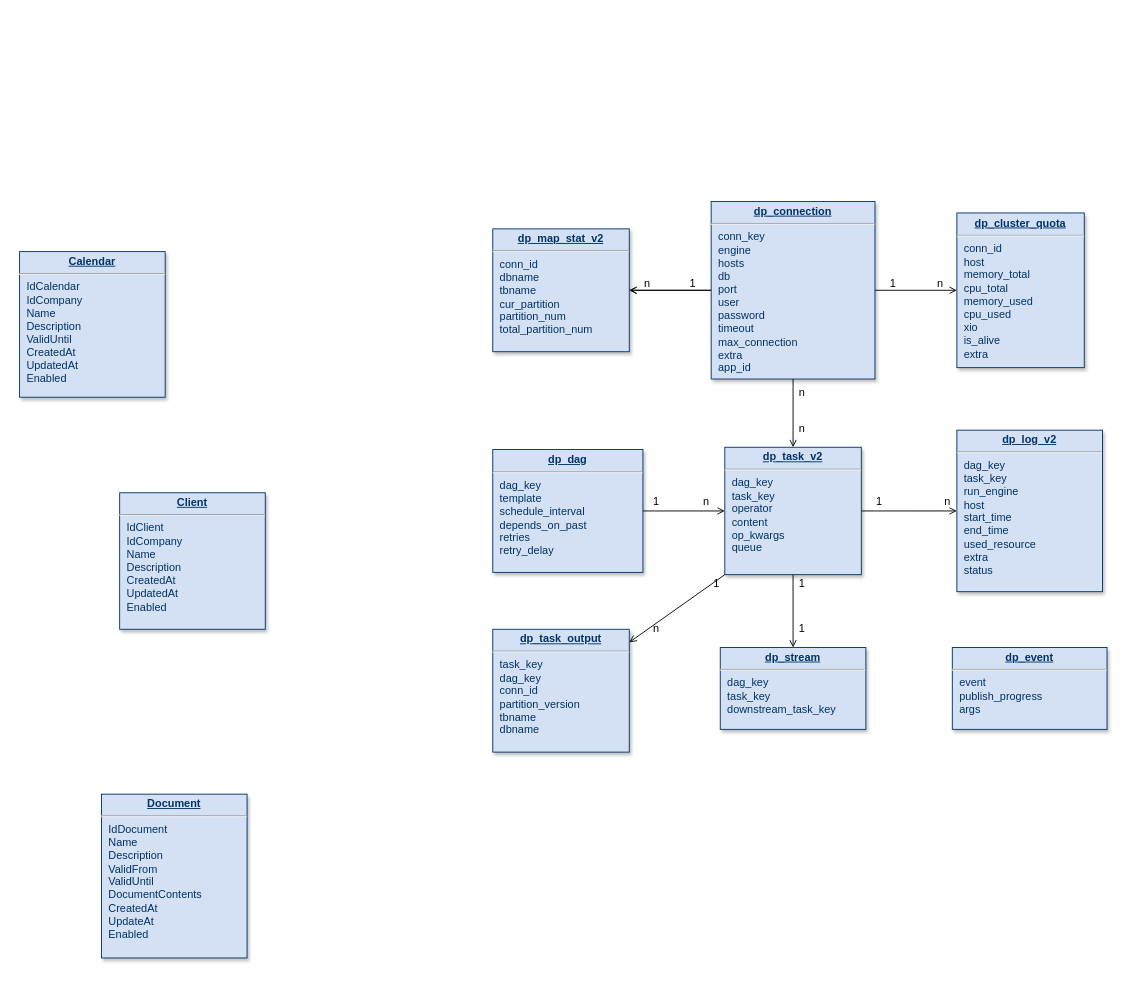
The draw.io diagram db_v2.drawio in cicelprg/drawio, before the edit. Source tidied: cells renumbered, new cells numbered last; positions are measured from the earlier drawing's top-left corner, leaving out a move shared by most shapes. Both pictures are drawn from the tidied source at 91%, with x=0, y=0 at pixel (19, 201).
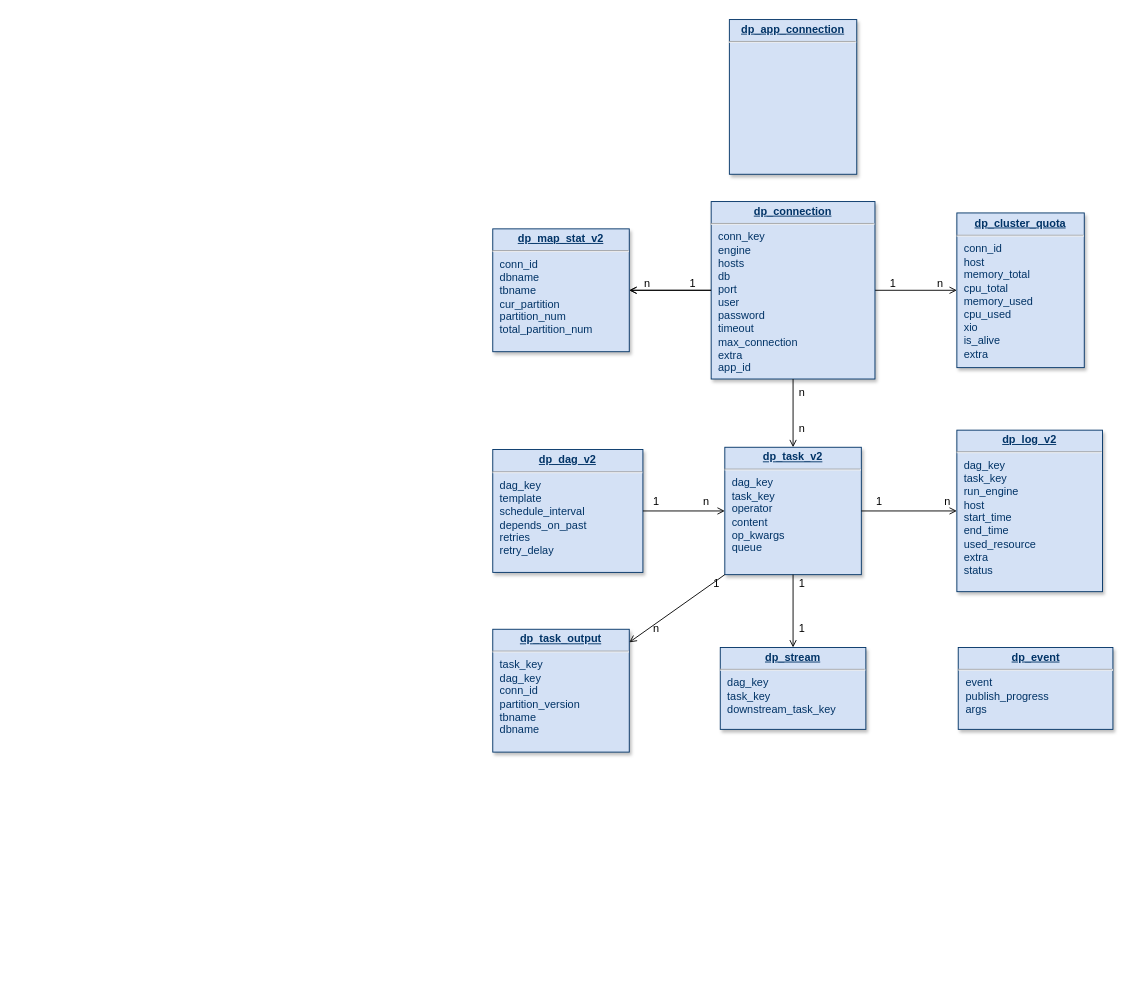
The same diagram, later.

The edit, as a diff of the source:
```diff
@@
-    <mxCell id="2" value="&lt;p style=&quot;margin: 0px; margin-top: 4px; text-align: center; text-decoration: underline;&quot;&gt;&lt;strong&gt;Calendar&lt;/strong&gt;&lt;/p&gt;&lt;hr /&gt;&lt;p style=&quot;margin: 0px; margin-left: 8px;&quot;&gt;IdCalendar&lt;/p&gt;&lt;p style=&quot;margin: 0px; margin-left: 8px;&quot;&gt;IdCompany&lt;/p&gt;&lt;p style=&quot;margin: 0px; margin-left: 8px;&quot;&gt;Name&lt;/p&gt;&lt;p style=&quot;margin: 0px; margin-left: 8px;&quot;&gt;Description&lt;/p&gt;&lt;p style=&quot;margin: 0px; margin-left: 8px;&quot;&gt;ValidUntil&lt;/p&gt;&lt;p style=&quot;margin: 0px; margin-left: 8px;&quot;&gt;CreatedAt&lt;/p&gt;&lt;p style=&quot;margin: 0px; margin-left: 8px;&quot;&gt;UpdatedAt&lt;/p&gt;&lt;p style=&quot;margin: 0px; margin-left: 8px;&quot;&gt;Enabled&lt;/p&gt;" style="verticalAlign=top;align=left;overflow=fill;fontSize=12;fontFamily=Helvetica;html=1;strokeColor=#003366;shadow=1;fillColor=#D4E1F5;fontColor=#003366;" parent="1" vertex="1">
-      <mxGeometry y="55" width="160" height="160" as="geometry" />
-    </mxCell>
@@
-    <mxCell id="6" value="&lt;p style=&quot;margin: 0px; margin-top: 4px; text-align: center; text-decoration: underline;&quot;&gt;&lt;strong&gt;Client&lt;/strong&gt;&lt;/p&gt;&lt;hr /&gt;&lt;p style=&quot;margin: 0px; margin-left: 8px;&quot;&gt;IdClient&lt;/p&gt;&lt;p style=&quot;margin: 0px; margin-left: 8px;&quot;&gt;IdCompany&lt;/p&gt;&lt;p style=&quot;margin: 0px; margin-left: 8px;&quot;&gt;Name&lt;/p&gt;&lt;p style=&quot;margin: 0px; margin-left: 8px;&quot;&gt;Description&lt;/p&gt;&lt;p style=&quot;margin: 0px; margin-left: 8px;&quot;&gt;CreatedAt&lt;/p&gt;&lt;p style=&quot;margin: 0px; margin-left: 8px;&quot;&gt;UpdatedAt&lt;/p&gt;&lt;p style=&quot;margin: 0px; margin-left: 8px;&quot;&gt;Enabled&lt;/p&gt;" style="verticalAlign=top;align=left;overflow=fill;fontSize=12;fontFamily=Helvetica;html=1;strokeColor=#003366;shadow=1;fillColor=#D4E1F5;fontColor=#003366;" parent="1" vertex="1">
-      <mxGeometry x="110" y="320" width="160" height="150" as="geometry" />
-    </mxCell>
-    <mxCell id="7" value="&lt;p style=&quot;margin: 0px; margin-top: 4px; text-align: center; text-decoration: underline;&quot;&gt;&lt;strong&gt;Document&lt;/strong&gt;&lt;/p&gt;&lt;hr /&gt;&lt;p style=&quot;margin: 0px; margin-left: 8px;&quot;&gt;IdDocument&lt;/p&gt;&lt;p style=&quot;margin: 0px; margin-left: 8px;&quot;&gt;Name&lt;/p&gt;&lt;p style=&quot;margin: 0px; margin-left: 8px;&quot;&gt;Description&lt;/p&gt;&lt;p style=&quot;margin: 0px; margin-left: 8px;&quot;&gt;ValidFrom&lt;/p&gt;&lt;p style=&quot;margin: 0px; margin-left: 8px;&quot;&gt;ValidUntil&lt;/p&gt;&lt;p style=&quot;margin: 0px; margin-left: 8px;&quot;&gt;DocumentContents&lt;/p&gt;&lt;p style=&quot;margin: 0px; margin-left: 8px;&quot;&gt;CreatedAt&lt;/p&gt;&lt;p style=&quot;margin: 0px; margin-left: 8px;&quot;&gt;UpdateAt&lt;/p&gt;&lt;p style=&quot;margin: 0px; margin-left: 8px;&quot;&gt;Enabled&lt;/p&gt;" style="verticalAlign=top;align=left;overflow=fill;fontSize=12;fontFamily=Helvetica;html=1;strokeColor=#003366;shadow=1;fillColor=#D4E1F5;fontColor=#003366;" parent="1" vertex="1">
-      <mxGeometry x="90" y="651.2" width="160" height="180" as="geometry" />
-    </mxCell>
-    <mxCell id="8" value="&lt;p style=&quot;margin: 0px ; margin-top: 4px ; text-align: center ; text-decoration: underline&quot;&gt;&lt;b&gt;dp_dag&lt;/b&gt;&lt;/p&gt;&lt;hr&gt;&lt;p style=&quot;margin: 0px ; margin-left: 8px&quot;&gt;dag_key&lt;br&gt;&lt;/p&gt;&lt;p style=&quot;margin: 0px ; margin-left: 8px&quot;&gt;template&lt;br&gt;&lt;/p&gt;&lt;p style=&quot;margin: 0px ; margin-left: 8px&quot;&gt;schedule_interval&lt;br&gt;&lt;/p&gt;&lt;p style=&quot;margin: 0px ; margin-left: 8px&quot;&gt;depends_on_past&lt;br&gt;&lt;/p&gt;&lt;p style=&quot;margin: 0px ; margin-left: 8px&quot;&gt;retries&lt;br&gt;&lt;/p&gt;&lt;p style=&quot;margin: 0px ; margin-left: 8px&quot;&gt;retry_delay&lt;br&gt;&lt;/p&gt;" style="verticalAlign=top;align=left;overflow=fill;fontSize=12;fontFamily=Helvetica;html=1;strokeColor=#003366;shadow=1;fillColor=#D4E1F5;fontColor=#003366;" parent="1" vertex="1">
+    <mxCell id="8" value="&lt;p style=&quot;margin: 0px ; margin-top: 4px ; text-align: center ; text-decoration: underline&quot;&gt;&lt;b&gt;dp_dag_v2&lt;/b&gt;&lt;/p&gt;&lt;hr&gt;&lt;p style=&quot;margin: 0px ; margin-left: 8px&quot;&gt;dag_key&lt;br&gt;&lt;/p&gt;&lt;p style=&quot;margin: 0px ; margin-left: 8px&quot;&gt;template&lt;br&gt;&lt;/p&gt;&lt;p style=&quot;margin: 0px ; margin-left: 8px&quot;&gt;schedule_interval&lt;br&gt;&lt;/p&gt;&lt;p style=&quot;margin: 0px ; margin-left: 8px&quot;&gt;depends_on_past&lt;br&gt;&lt;/p&gt;&lt;p style=&quot;margin: 0px ; margin-left: 8px&quot;&gt;retries&lt;br&gt;&lt;/p&gt;&lt;p style=&quot;margin: 0px ; margin-left: 8px&quot;&gt;retry_delay&lt;br&gt;&lt;/p&gt;" style="verticalAlign=top;align=left;overflow=fill;fontSize=12;fontFamily=Helvetica;html=1;strokeColor=#003366;shadow=1;fillColor=#D4E1F5;fontColor=#003366;" parent="1" vertex="1">
       <mxGeometry x="520" y="272.5" width="165" height="135" as="geometry" />
     </mxCell>
@@
     <mxCell id="11" value="&lt;p style=&quot;margin: 0px ; margin-top: 4px ; text-align: center ; text-decoration: underline&quot;&gt;&lt;b&gt;dp_event&lt;/b&gt;&lt;/p&gt;&lt;hr&gt;&lt;p style=&quot;margin: 0px ; margin-left: 8px&quot;&gt;event&lt;/p&gt;&lt;p style=&quot;margin: 0px ; margin-left: 8px&quot;&gt;publish_progress&lt;/p&gt;&lt;p style=&quot;margin: 0px ; margin-left: 8px&quot;&gt;args&lt;/p&gt;&lt;p style=&quot;margin: 0px ; margin-left: 8px&quot;&gt;&lt;br&gt;&lt;/p&gt;" style="verticalAlign=top;align=left;overflow=fill;fontSize=12;fontFamily=Helvetica;html=1;strokeColor=#003366;shadow=1;fillColor=#D4E1F5;fontColor=#003366;" parent="1" vertex="1">
-      <mxGeometry x="1025" y="490" width="170" height="90" as="geometry" />
+      <mxGeometry x="1031.5" y="490" width="170" height="90" as="geometry" />
     </mxCell>
@@
+    <mxCell id="37" value="&lt;p style=&quot;margin: 0px ; margin-top: 4px ; text-align: center ; text-decoration: underline&quot;&gt;&lt;span&gt;dp_app_connection&lt;/span&gt;&lt;/p&gt;&lt;hr&gt;&lt;p style=&quot;margin: 0px ; margin-left: 8px&quot;&gt;&lt;br&gt;&lt;/p&gt;&lt;p style=&quot;margin: 0px ; margin-left: 8px&quot;&gt;&lt;br&gt;&lt;/p&gt;&lt;p style=&quot;margin: 0px ; margin-left: 8px&quot;&gt;&lt;br&gt;&lt;/p&gt;&lt;p style=&quot;margin: 0px ; margin-left: 8px&quot;&gt;&lt;br&gt;&lt;/p&gt;&lt;p style=&quot;margin: 0px ; margin-left: 8px&quot;&gt;&lt;br&gt;&lt;/p&gt;&lt;p style=&quot;margin: 0px ; margin-left: 8px&quot;&gt;&lt;br&gt;&lt;/p&gt;&lt;p style=&quot;margin: 0px ; margin-left: 8px&quot;&gt;&lt;br&gt;&lt;/p&gt;" style="verticalAlign=top;align=left;overflow=fill;fontSize=12;fontFamily=Helvetica;html=1;strokeColor=#003366;shadow=1;fillColor=#D4E1F5;fontColor=#003366;fontStyle=1;" parent="1" vertex="1">
+      <mxGeometry x="780" y="-200" width="140" height="170" as="geometry" />
+    </mxCell>
```
